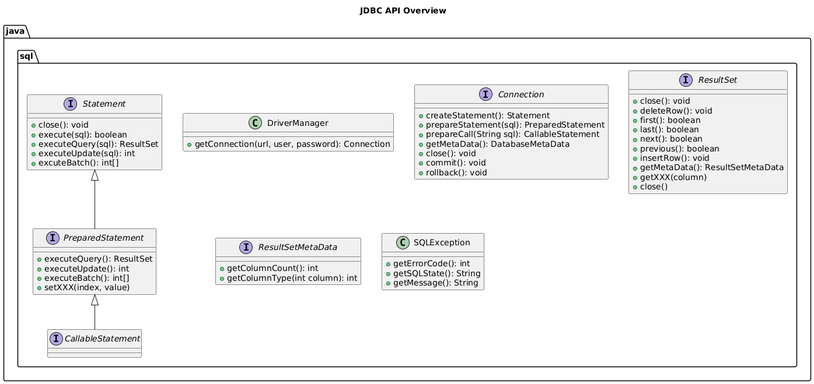
caioamorim7/poo keeps this PlantUML diagram as lectures/examples/14-jdbc/doc/jdbc-api.png. Above is the earlier version.
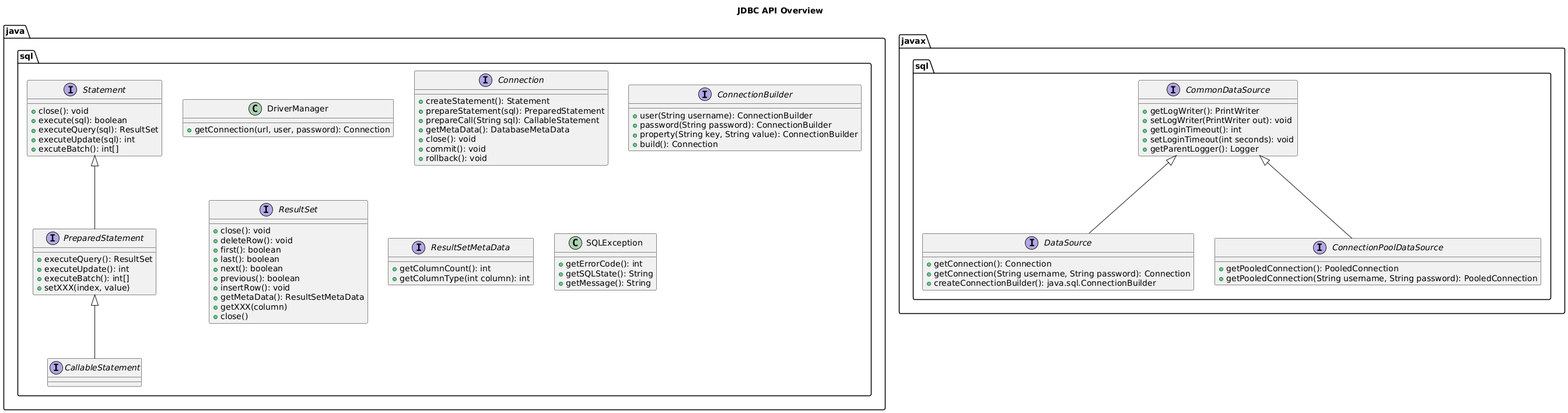
After the commit.

What changed in the source:
```diff
@@ -15,6 +15,13 @@
     +close(): void
     +commit(): void
     +rollback(): void
+  }
+
+  interface ConnectionBuilder {
+    +user(String username): ConnectionBuilder
+    +password(String password): ConnectionBuilder
+    +property(String key, String value): ConnectionBuilder
+    +build(): Connection
   }
 
   interface Statement {
@@ -61,4 +68,26 @@
   }
 }
 
+package "javax.sql" {
+
+  interface CommonDataSource {
+    +getLogWriter(): PrintWriter
+    +setLogWriter(PrintWriter out): void
+    +getLoginTimeout(): int
+    +setLoginTimeout(int seconds): void
+    +getParentLogger(): Logger
+  }
+
+  interface DataSource extends CommonDataSource {
+    +getConnection(): Connection
+    +getConnection(String username, String password): Connection
+    +createConnectionBuilder(): java.sql.ConnectionBuilder
+  }
+
+  interface ConnectionPoolDataSource extends CommonDataSource {
+    +getPooledConnection(): PooledConnection
+    +getPooledConnection(String username, String password): PooledConnection
+  }
+}
+
 @enduml
```
